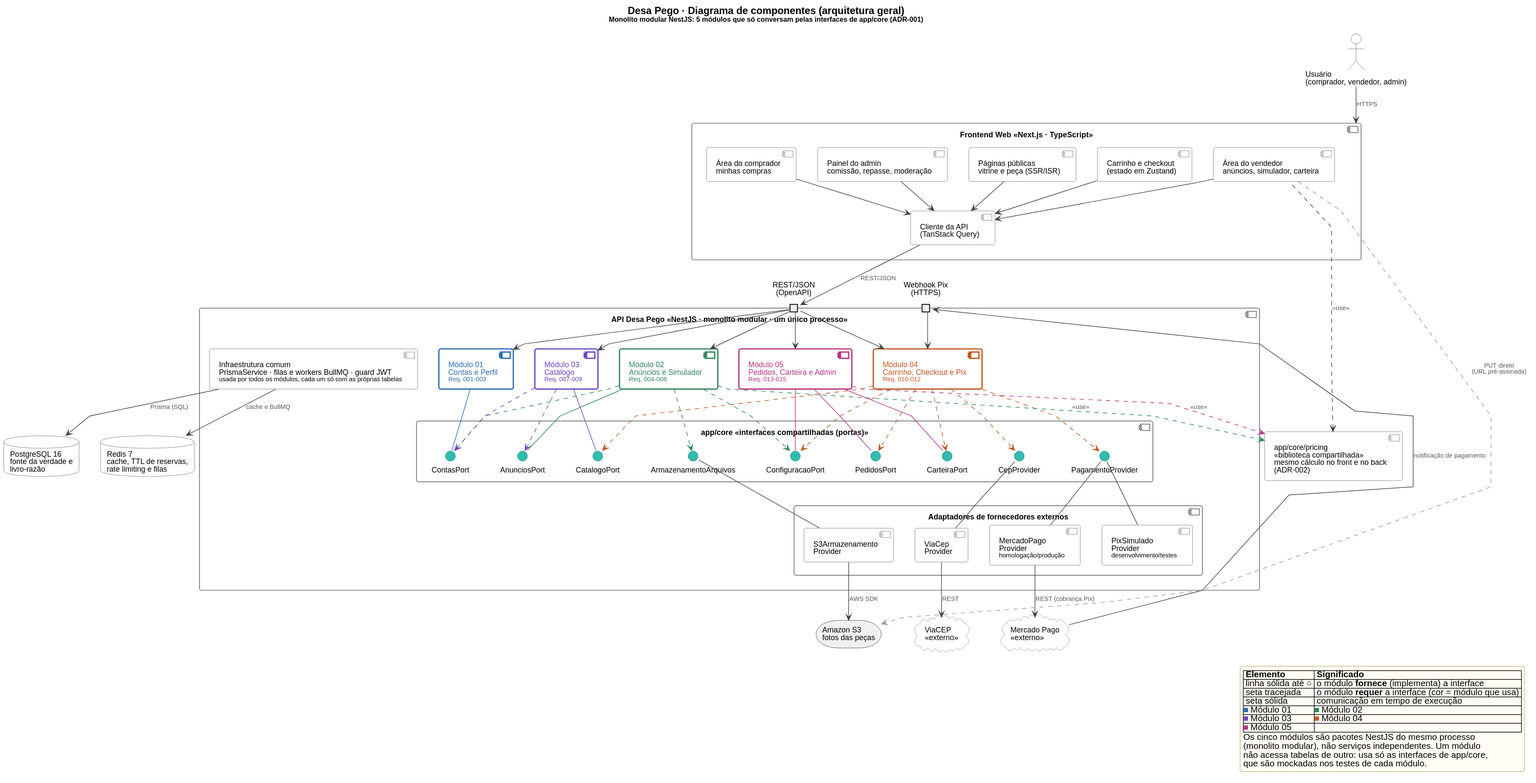
Earlier version of the PlantUML export docs/uml/componentes/componentes-desa-pego.svg (mariaclarapma/Desa-Pego).
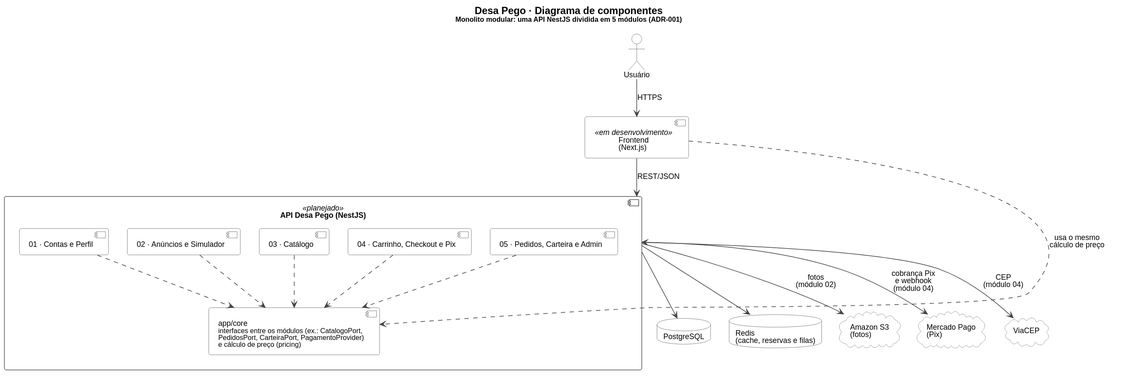
After the commit.

Change to the diagram source:
```diff
@@ -1,71 +1,29 @@
 @startuml
 !include ../_estilo.iuml
 set separator none
-title Desa Pego · Diagrama de componentes (arquitetura geral)\n<size:11>Monolito modular NestJS: 5 módulos que só conversam pelas interfaces de app/core (ADR-001)</size>
+title Desa Pego · Diagrama de componentes\n<size:11>Monolito modular: uma API NestJS dividida em 5 módulos (ADR-001)</size>
 skinparam componentStyle uml2
-skinparam nodesep 34
-skinparam ranksep 46
-skinparam linetype polyline
-skinparam ArrowFontSize 10
-skinparam ArrowFontColor #555555
+skinparam nodesep 30
+skinparam ranksep 45
 
-!$m1 = "#2B6CB0"
-!$m2 = "#2F855A"
-!$m3 = "#6B46C1"
-!$m4 = "#C05621"
-!$m5 = "#B83280"
-!$cinza = "#9A9A9A"
+actor Usuário as USR
 
-actor "Usuário\n(comprador, vendedor, admin)" as USR
+component "Frontend\n(Next.js)" as FE <<em desenvolvimento>>
 
-component "Frontend Web  «Next.js · TypeScript»" as FE {
-  component "Páginas públicas\nvitrine e peça (SSR/ISR)" as FE_PUB
-  component "Carrinho e checkout\n(estado em Zustand)" as FE_CHK
-  component "Área do comprador\nminhas compras" as FE_COMP
-  component "Área do vendedor\nanúncios, simulador, carteira" as FE_VEND
-  component "Painel do admin\ncomissão, repasse, moderação" as FE_ADM
-  component "Cliente da API\n(TanStack Query)" as FE_API
+component "API Desa Pego (NestJS)" as API <<planejado>> {
+  component "01 · Contas e Perfil" as M1
+  component "02 · Anúncios e Simulador" as M2
+  component "03 · Catálogo" as M3
+  component "04 · Carrinho, Checkout e Pix" as M4
+  component "05 · Pedidos, Carteira e Admin" as M5
+  component "app/core\n<size:11>interfaces entre os módulos (ex.: CatalogoPort,</size>\n<size:11>PedidosPort, CarteiraPort, PagamentoProvider)</size>\n<size:11>e cálculo de preço (pricing)</size>" as CORE
 }
 
-component "app/core/pricing\n«biblioteca compartilhada»\nmesmo cálculo no front e no back\n(ADR-002)" as PRICING
-
-component "API Desa Pego  «NestJS · monolito modular · um único processo»" as API {
-  portin "REST/JSON\n(OpenAPI)" as P_REST
-  portin "Webhook Pix\n(HTTPS)" as P_WH
-
-  component "Módulo 01\nContas e Perfil\n<size:10>Req. 001-003</size>" as M1 #white;line:2B6CB0;line.bold;text:2B6CB0
-  component "Módulo 02\nAnúncios e Simulador\n<size:10>Req. 004-006</size>" as M2 #white;line:2F855A;line.bold;text:2F855A
-  component "Módulo 03\nCatálogo\n<size:10>Req. 007-009</size>" as M3 #white;line:6B46C1;line.bold;text:6B46C1
-  component "Módulo 04\nCarrinho, Checkout e Pix\n<size:10>Req. 010-012</size>" as M4 #white;line:C05621;line.bold;text:C05621
-  component "Módulo 05\nPedidos, Carteira e Admin\n<size:10>Req. 013-015</size>" as M5 #white;line:B83280;line.bold;text:B83280
-
-  component "app/core  «interfaces compartilhadas (portas)»" as CORE {
-    interface "ContasPort" as I_CONTAS
-    interface "ArmazenamentoArquivos" as I_ARM
-    interface "AnunciosPort" as I_ANUN
-    interface "CatalogoPort" as I_CAT
-    interface "CepProvider" as I_CEP
-    interface "PagamentoProvider" as I_PAG
-    interface "PedidosPort" as I_PED
-    interface "CarteiraPort" as I_CART
-    interface "ConfiguracaoPort" as I_CONF
-  }
-
-  component "Adaptadores de fornecedores externos" as ADP {
-    component "S3Armazenamento\nProvider" as A_S3
-    component "ViaCep\nProvider" as A_CEP
-    component "MercadoPago\nProvider\n<size:10>homologação/produção</size>" as A_MP
-    component "PixSimulado\nProvider\n<size:10>desenvolvimento/testes</size>" as A_SIM
-  }
-
-  component "Infraestrutura comum\nPrismaService · filas e workers BullMQ · guard JWT\n<size:10>usada por todos os módulos, cada um só com as próprias tabelas</size>" as INFRA
-}
-
-storage "Amazon S3\nfotos das peças" as S3
-cloud "ViaCEP\n«externo»" as VIACEP
-cloud "Mercado Pago\n«externo»" as MP
-database "PostgreSQL 16\nfonte da verdade e\nlivro-razão" as PG
-database "Redis 7\ncache, TTL de reservas,\nrate limiting e filas" as REDIS
+database "PostgreSQL" as PG
+database "Redis\n(cache, reservas e filas)" as REDIS
+cloud "Amazon S3\n(fotos)" as S3
+cloud "Mercado Pago\n(Pix)" as MP
+cloud "ViaCEP" as CEP
 
 M1 -[hidden]right- M2
 M2 -[hidden]right- M3
@@ -73,67 +31,18 @@
 M4 -[hidden]right- M5
 
 USR -down-> FE : HTTPS
-FE_PUB -down-> FE_API
-FE_CHK -down-> FE_API
-FE_COMP -down-> FE_API
-FE_VEND -down-> FE_API
-FE_ADM -down-> FE_API
-FE_VEND .left.> PRICING : <<use>>
-FE_API -down-> P_REST : REST/JSON
+FE -down-> API : REST/JSON
+FE .[norank].> CORE : usa o mesmo\ncálculo de preço
 
-P_REST -down-> M1
-P_REST -down-> M2
-P_REST -down-> M3
-P_REST -down-> M4
-P_REST -down-> M5
-MP -[norank]-> P_WH : notificação de pagamento
-P_WH -down-> M4
+M1 .down.> CORE
+M2 .down.> CORE
+M3 .down.> CORE
+M4 .down.> CORE
+M5 .down.> CORE
 
-M1 -[$m1]- I_CONTAS
-M2 -[$m2]- I_ANUN
-M3 -[$m3]- I_CAT
-M5 -[$m5]- I_PED
-M5 -[$m5]- I_CART
-M5 -[$m5]- I_CONF
-
-M2 .[$m2].> I_CONTAS
-M2 .[$m2].> I_ARM
-M2 .[$m2].> I_CONF
-M3 .[$m3].> I_CONTAS
-M3 .[$m3].> I_ANUN
-M4 .[$m4].> I_CAT
-M4 .[$m4].> I_CEP
-M4 .[$m4].> I_PAG
-M4 .[$m4].> I_PED
-M4 .[$m4].> I_CART
-M4 .[$m4].> I_CONF
-M2 .[$m2].> PRICING : <<use>>
-M5 .[$m5].> PRICING : <<use>>
-
-I_ARM -down- A_S3
-I_CEP -down- A_CEP
-I_PAG -down- A_MP
-I_PAG -down- A_SIM
-
-A_S3 -down-> S3 : AWS SDK
-A_CEP -down-> VIACEP : REST
-A_MP -down-> MP : REST (cobrança Pix)
-INFRA -down-> PG : Prisma (SQL)
-INFRA -down-> REDIS : cache e BullMQ
-FE_VEND .[#9A9A9A,norank].> S3 : PUT direto\n(URL pré-assinada)
-
-
-legend bottom right
-  |= Elemento |= Significado |
-  | linha sólida até ○ | o módulo **fornece** (implementa) a interface |
-  | seta tracejada | o módulo **requer** a interface (cor = módulo que usa) |
-  | seta sólida | comunicação em tempo de execução |
-  |<color:#2B6CB0>■</color> Módulo 01 |<color:#2F855A>■</color> Módulo 02 |
-  |<color:#6B46C1>■</color> Módulo 03 |<color:#C05621>■</color> Módulo 04 |
-  |<color:#B83280>■</color> Módulo 05 | |
-  Os cinco módulos são pacotes NestJS do mesmo processo
-  (monolito modular), não serviços independentes. Um módulo
-  não acessa tabelas de outro: usa só as interfaces de app/core,
-  que são mockadas nos testes de cada módulo.
-endlegend
+API -down-> PG
+API -down-> REDIS
+API -down-> S3 : fotos\n(módulo 02)
+API <-down-> MP : cobrança Pix\ne webhook\n(módulo 04)
+API -down-> CEP : CEP\n(módulo 04)
 @enduml
```
